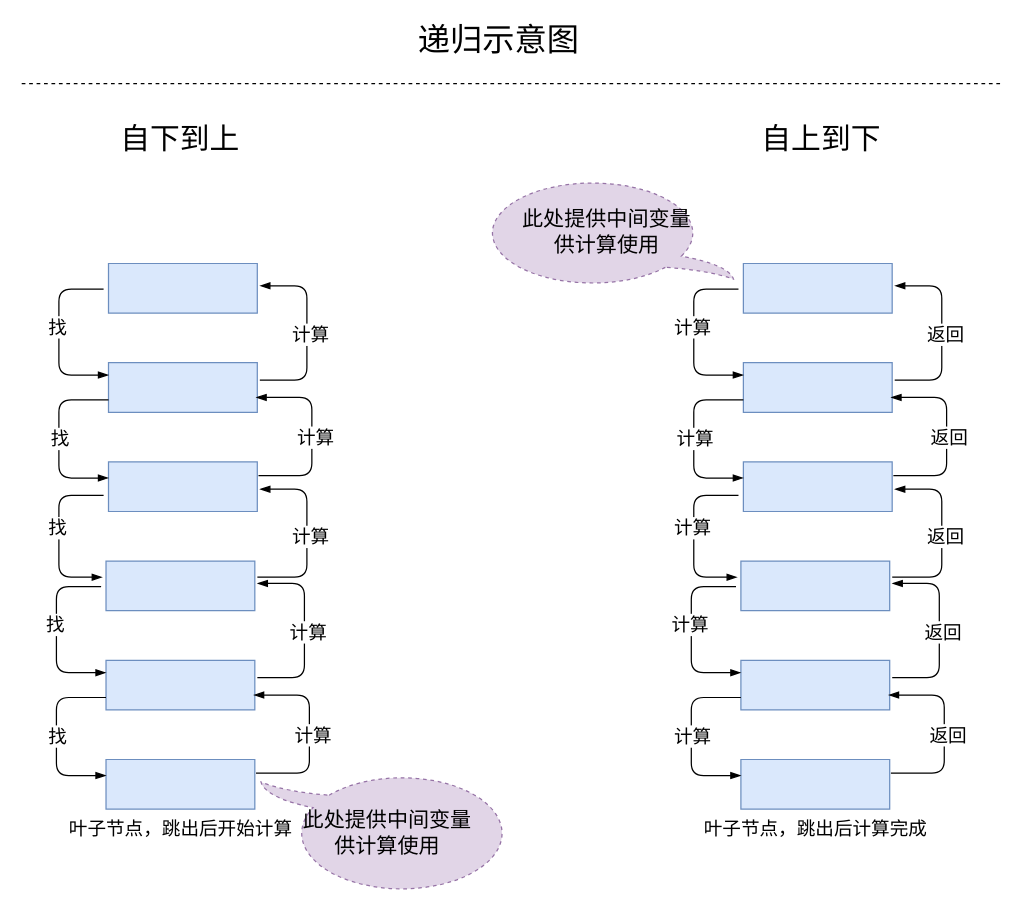
GourdErwa/review-notes-dev keeps this draw.io diagram as page "递归示意图" (1 of 8) of algorithm/data-structures/_images/数据结构.drawio. Above is the earlier version. Source tidied: cells renumbered, new cells numbered last; positions are measured from the earlier drawing's top-left corner, leaving out a move shared by most shapes. Both pictures are drawn from the tidied source at 124%, with x=0, y=0 at pixel (21, 27).
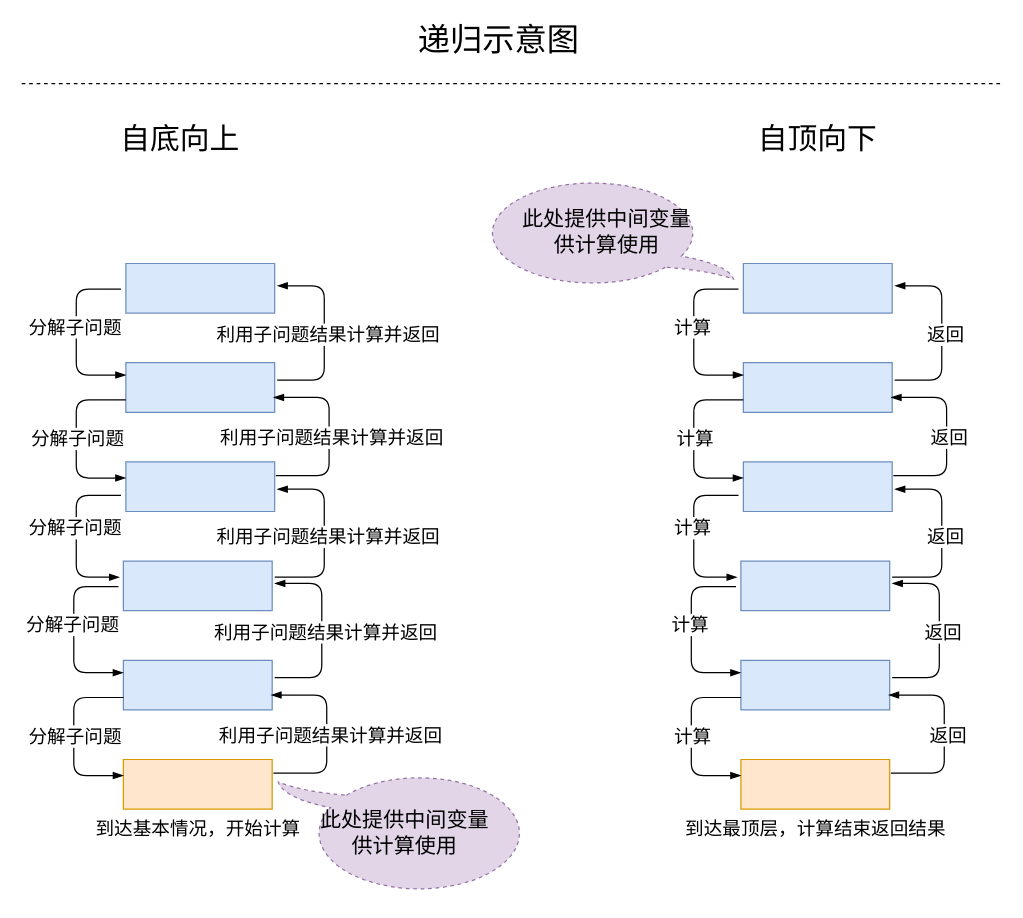
After the change.

The edit, as a diff of the source:
```diff
@@
     <mxCell id="2" style="verticalLabelPosition=bottom;verticalAlign=top;html=1;shape=mxgraph.basic.rect;fillColor2=none;strokeWidth=1;size=20;indent=5;fillColor=#dae8fc;strokeColor=#6c8ebf;labelBackgroundColor=#ffffff;labelBorderColor=none;fontSize=15;" parent="1" vertex="1">
-      <mxGeometry x="70" y="190" width="120" height="40" as="geometry" />
+      <mxGeometry x="84" y="190" width="120" height="40" as="geometry" />
     </mxCell>
     <mxCell id="3" style="verticalLabelPosition=bottom;verticalAlign=top;html=1;shape=mxgraph.basic.rect;fillColor2=none;strokeWidth=1;size=20;indent=5;fillColor=#dae8fc;strokeColor=#6c8ebf;labelBackgroundColor=#ffffff;labelBorderColor=none;fontSize=15;" parent="1" vertex="1">
-      <mxGeometry x="70" y="270" width="120" height="40" as="geometry" />
+      <mxGeometry x="84" y="270" width="120" height="40" as="geometry" />
     </mxCell>
     <mxCell id="4" style="verticalLabelPosition=bottom;verticalAlign=top;html=1;shape=mxgraph.basic.rect;fillColor2=none;strokeWidth=1;size=20;indent=5;fillColor=#dae8fc;strokeColor=#6c8ebf;labelBackgroundColor=#ffffff;labelBorderColor=none;fontSize=15;" parent="1" vertex="1">
-      <mxGeometry x="70" y="350" width="120" height="40" as="geometry" />
+      <mxGeometry x="84" y="350" width="120" height="40" as="geometry" />
     </mxCell>
     <mxCell id="5" style="endArrow=blockThin;html=1;entryX=0;entryY=0.25;entryDx=0;entryDy=0;entryPerimeter=0;exitX=-0.033;exitY=0.517;exitDx=0;exitDy=0;exitPerimeter=0;endFill=1;edgeStyle=elbowEdgeStyle;strokeColor=#000000;elbow=vertical;labelBackgroundColor=#ffffff;labelBorderColor=none;fontSize=15;" parent="1" edge="1" source="2" target="3">
       <mxGeometry relative="1" as="geometry">
         <Array as="points">
-          <mxPoint x="30" y="260" />
-          <mxPoint x="30" y="250" />
-          <mxPoint x="40" y="330" />
-          <mxPoint x="30" y="380" />
+          <mxPoint x="44" y="260" />
+          <mxPoint x="44" y="250" />
+          <mxPoint x="54" y="330" />
+          <mxPoint x="44" y="380" />
         </Array>
       </mxGeometry>
     </mxCell>
-    <mxCell id="6" value="找" style="text;html=1;align=center;verticalAlign=middle;labelBackgroundColor=#ffffff;labelBorderColor=none;fontSize=15;" parent="5" vertex="1">
+    <mxCell id="6" value="分解子问题" style="text;html=1;align=center;verticalAlign=middle;labelBackgroundColor=#ffffff;labelBorderColor=none;fontSize=15;" parent="5" vertex="1">
       <mxGeometry x="0.12" y="-2" relative="1" as="geometry">
         <mxPoint y="-15.6" as="offset" />
       </mxGeometry>
     </mxCell>
     <mxCell id="7" style="endArrow=blockThin;html=1;endFill=1;edgeStyle=elbowEdgeStyle;strokeColor=#000000;entryX=0;entryY=0.325;entryDx=0;entryDy=0;entryPerimeter=0;labelBackgroundColor=#ffffff;labelBorderColor=none;fontSize=15;" parent="1" edge="1" target="4">
       <mxGeometry relative="1" as="geometry">
-        <mxPoint x="70" y="300" as="sourcePoint" />
+        <mxPoint x="84" y="300" as="sourcePoint" />
         <Array as="points">
-          <mxPoint x="30" y="340" />
+          <mxPoint x="44" y="340" />
         </Array>
       </mxGeometry>
     </mxCell>
-    <mxCell id="8" value="找" style="text;html=1;align=center;verticalAlign=middle;labelBackgroundColor=#ffffff;labelBorderColor=none;fontSize=15;" parent="7" vertex="1">
+    <mxCell id="8" value="分解子问题" style="text;html=1;align=center;verticalAlign=middle;labelBackgroundColor=#ffffff;labelBorderColor=none;fontSize=15;" parent="7" vertex="1">
       <mxGeometry x="-0.45" y="13" relative="1" as="geometry">
         <mxPoint x="-1" y="17" as="offset" />
       </mxGeometry>
     </mxCell>
     <mxCell id="9" style="endArrow=blockThin;html=1;entryX=0.992;entryY=0.7;entryDx=0;entryDy=0;entryPerimeter=0;exitX=1.008;exitY=0.275;exitDx=0;exitDy=0;exitPerimeter=0;endFill=1;edgeStyle=elbowEdgeStyle;strokeColor=#000000;elbow=vertical;labelBackgroundColor=#ffffff;labelBorderColor=none;fontSize=15;" parent="1" edge="1" source="4" target="3">
       <mxGeometry relative="1" as="geometry">
         <Array as="points">
-          <mxPoint x="234" y="339.3" />
-          <mxPoint x="234" y="329.3" />
-          <mxPoint x="244" y="409.3" />
-          <mxPoint x="234" y="459.3" />
+          <mxPoint x="247.9" y="339.3" />
+          <mxPoint x="247.9" y="329.3" />
+          <mxPoint x="257.9" y="409.3" />
+          <mxPoint x="247.9" y="459.3" />
         </Array>
       </mxGeometry>
     </mxCell>
-    <mxCell id="10" value="计算" style="text;html=1;align=center;verticalAlign=middle;labelBackgroundColor=#ffffff;labelBorderColor=none;fontSize=15;" parent="9" vertex="1">
+    <mxCell id="10" value="利用子问题结果计算并返回" style="text;html=1;align=center;verticalAlign=middle;labelBackgroundColor=#ffffff;labelBorderColor=none;fontSize=15;" parent="9" vertex="1">
       <mxGeometry x="0.12" y="-2" relative="1" as="geometry">
         <mxPoint y="10" as="offset" />
       </mxGeometry>
     </mxCell>
     <mxCell id="11" style="endArrow=blockThin;html=1;entryX=1.017;entryY=0.45;entryDx=0;entryDy=0;entryPerimeter=0;exitX=1.017;exitY=0.35;exitDx=0;exitDy=0;exitPerimeter=0;endFill=1;edgeStyle=elbowEdgeStyle;strokeColor=#000000;elbow=vertical;labelBackgroundColor=#ffffff;labelBorderColor=none;fontSize=15;" parent="1" edge="1" source="3" target="2">
       <mxGeometry relative="1" as="geometry">
         <Array as="points">
-          <mxPoint x="230" y="250" />
-          <mxPoint x="333" y="228.3" />
-          <mxPoint x="343" y="308.3" />
-          <mxPoint x="333" y="358.3" />
+          <mxPoint x="244" y="250" />
+          <mxPoint x="347" y="228.3" />
+          <mxPoint x="357" y="308.3" />
+          <mxPoint x="347" y="358.3" />
         </Array>
       </mxGeometry>
     </mxCell>
-    <mxCell id="12" value="计算" style="text;html=1;align=center;verticalAlign=middle;labelBackgroundColor=#ffffff;labelBorderColor=none;fontSize=15;" parent="11" vertex="1">
+    <mxCell id="12" value="利用子问题结果计算并返回" style="text;html=1;align=center;verticalAlign=middle;labelBackgroundColor=#ffffff;labelBorderColor=none;fontSize=15;" parent="11" vertex="1">
       <mxGeometry x="0.12" y="-2" relative="1" as="geometry">
         <mxPoint y="10" as="offset" />
       </mxGeometry>
     </mxCell>
     <mxCell id="13" style="verticalLabelPosition=bottom;verticalAlign=top;html=1;shape=mxgraph.basic.rect;fillColor2=none;strokeWidth=1;size=20;indent=5;fillColor=#dae8fc;strokeColor=#6c8ebf;labelBackgroundColor=#ffffff;labelBorderColor=none;fontSize=15;" parent="1" vertex="1">
-      <mxGeometry x="68" y="430" width="120" height="40" as="geometry" />
+      <mxGeometry x="82" y="430" width="120" height="40" as="geometry" />
     </mxCell>
     <mxCell id="14" style="verticalLabelPosition=bottom;verticalAlign=top;html=1;shape=mxgraph.basic.rect;fillColor2=none;strokeWidth=1;size=20;indent=5;fillColor=#dae8fc;strokeColor=#6c8ebf;labelBackgroundColor=#ffffff;labelBorderColor=none;fontSize=15;" parent="1" vertex="1">
-      <mxGeometry x="68" y="510" width="120" height="40" as="geometry" />
+      <mxGeometry x="82" y="510" width="120" height="40" as="geometry" />
     </mxCell>
-    <mxCell id="15" value="叶子节点，跳出后开始计算" style="verticalLabelPosition=bottom;verticalAlign=top;html=1;shape=mxgraph.basic.rect;fillColor2=none;strokeWidth=1;size=20;indent=5;fillColor=#dae8fc;strokeColor=#6c8ebf;labelBackgroundColor=#ffffff;labelBorderColor=none;fontSize=15;" parent="1" vertex="1">
-      <mxGeometry x="68" y="590" width="120" height="40" as="geometry" />
+    <mxCell id="15" value="到达基本情况，开始计算" style="verticalLabelPosition=bottom;verticalAlign=top;html=1;shape=mxgraph.basic.rect;fillColor2=none;strokeWidth=1;size=20;indent=5;fillColor=#ffe6cc;strokeColor=#d79b00;labelBackgroundColor=#ffffff;labelBorderColor=none;fontSize=15;" parent="1" vertex="1">
+      <mxGeometry x="82" y="590" width="120" height="40" as="geometry" />
     </mxCell>
     <mxCell id="16" style="endArrow=blockThin;html=1;entryX=0;entryY=0.25;entryDx=0;entryDy=0;entryPerimeter=0;exitX=-0.033;exitY=0.517;exitDx=0;exitDy=0;exitPerimeter=0;endFill=1;edgeStyle=elbowEdgeStyle;strokeColor=#000000;elbow=vertical;labelBackgroundColor=#ffffff;labelBorderColor=none;fontSize=15;" parent="1" edge="1" source="13" target="14">
       <mxGeometry relative="1" as="geometry">
         <Array as="points">
-          <mxPoint x="28" y="500" />
-          <mxPoint x="28" y="490" />
-          <mxPoint x="38" y="570" />
-          <mxPoint x="28" y="620" />
+          <mxPoint x="42" y="500" />
+          <mxPoint x="42" y="490" />
+          <mxPoint x="52" y="570" />
+          <mxPoint x="42" y="620" />
         </Array>
       </mxGeometry>
     </mxCell>
-    <mxCell id="17" value="找" style="text;html=1;align=center;verticalAlign=middle;labelBackgroundColor=#ffffff;labelBorderColor=none;fontSize=15;" parent="16" vertex="1">
+    <mxCell id="17" value="分解子问题" style="text;html=1;align=center;verticalAlign=middle;labelBackgroundColor=#ffffff;labelBorderColor=none;fontSize=15;" parent="16" vertex="1">
       <mxGeometry x="0.12" y="-2" relative="1" as="geometry">
         <mxPoint y="-15.6" as="offset" />
       </mxGeometry>
     </mxCell>
     <mxCell id="18" style="endArrow=blockThin;html=1;endFill=1;edgeStyle=elbowEdgeStyle;strokeColor=#000000;entryX=0;entryY=0.325;entryDx=0;entryDy=0;entryPerimeter=0;labelBackgroundColor=#ffffff;labelBorderColor=none;fontSize=15;" parent="1" edge="1" target="15">
       <mxGeometry relative="1" as="geometry">
-        <mxPoint x="68" y="540" as="sourcePoint" />
+        <mxPoint x="82" y="540" as="sourcePoint" />
         <Array as="points">
-          <mxPoint x="28" y="580" />
+          <mxPoint x="42" y="580" />
         </Array>
       </mxGeometry>
     </mxCell>
-    <mxCell id="19" value="找" style="text;html=1;align=center;verticalAlign=middle;labelBackgroundColor=#ffffff;labelBorderColor=none;fontSize=15;" parent="18" vertex="1">
+    <mxCell id="19" value="分解子问题" style="text;html=1;align=center;verticalAlign=middle;labelBackgroundColor=#ffffff;labelBorderColor=none;fontSize=15;" parent="18" vertex="1">
       <mxGeometry x="-0.45" y="13" relative="1" as="geometry">
         <mxPoint x="-1" y="17" as="offset" />
       </mxGeometry>
     </mxCell>
     <mxCell id="20" style="endArrow=blockThin;html=1;entryX=0.992;entryY=0.7;entryDx=0;entryDy=0;entryPerimeter=0;exitX=1.008;exitY=0.275;exitDx=0;exitDy=0;exitPerimeter=0;endFill=1;edgeStyle=elbowEdgeStyle;strokeColor=#000000;elbow=vertical;labelBackgroundColor=#ffffff;labelBorderColor=none;fontSize=15;" parent="1" edge="1" source="15" target="14">
       <mxGeometry relative="1" as="geometry">
         <Array as="points">
-          <mxPoint x="232" y="579.3" />
-          <mxPoint x="232" y="569.3" />
-          <mxPoint x="242" y="649.3" />
-          <mxPoint x="232" y="699.3" />
+          <mxPoint x="246" y="579.3" />
+          <mxPoint x="246" y="569.3" />
+          <mxPoint x="256" y="649.3" />
+          <mxPoint x="246" y="699.3" />
         </Array>
       </mxGeometry>
     </mxCell>
-    <mxCell id="21" value="计算" style="text;html=1;align=center;verticalAlign=middle;labelBackgroundColor=#ffffff;labelBorderColor=none;fontSize=15;" parent="20" vertex="1">
+    <mxCell id="21" value="利用子问题结果计算并返回" style="text;html=1;align=center;verticalAlign=middle;labelBackgroundColor=#ffffff;labelBorderColor=none;fontSize=15;" parent="20" vertex="1">
       <mxGeometry x="0.12" y="-2" relative="1" as="geometry">
         <mxPoint y="10" as="offset" />
       </mxGeometry>
     </mxCell>
     <mxCell id="22" style="endArrow=blockThin;html=1;entryX=1.017;entryY=0.45;entryDx=0;entryDy=0;entryPerimeter=0;exitX=1.017;exitY=0.35;exitDx=0;exitDy=0;exitPerimeter=0;endFill=1;edgeStyle=elbowEdgeStyle;strokeColor=#000000;elbow=vertical;labelBackgroundColor=#ffffff;labelBorderColor=none;fontSize=15;" parent="1" edge="1" source="14" target="13">
       <mxGeometry relative="1" as="geometry">
         <Array as="points">
-          <mxPoint x="228" y="490" />
-          <mxPoint x="331" y="468.3" />
-          <mxPoint x="341" y="548.3" />
-          <mxPoint x="331" y="598.3" />
+          <mxPoint x="242" y="490" />
+          <mxPoint x="345" y="468.3" />
+          <mxPoint x="355" y="548.3" />
+          <mxPoint x="345" y="598.3" />
         </Array>
       </mxGeometry>
     </mxCell>
-    <mxCell id="23" value="计算" style="text;html=1;align=center;verticalAlign=middle;labelBackgroundColor=#ffffff;labelBorderColor=none;fontSize=15;" parent="22" vertex="1">
+    <mxCell id="23" value="利用子问题结果计算并返回" style="text;html=1;align=center;verticalAlign=middle;labelBackgroundColor=#ffffff;labelBorderColor=none;fontSize=15;" parent="22" vertex="1">
       <mxGeometry x="0.12" y="-2" relative="1" as="geometry">
         <mxPoint y="10" as="offset" />
       </mxGeometry>
     </mxCell>
     <mxCell id="24" style="endArrow=blockThin;html=1;entryX=1.017;entryY=0.55;entryDx=0;entryDy=0;entryPerimeter=0;exitX=1.017;exitY=0.325;exitDx=0;exitDy=0;exitPerimeter=0;endFill=1;edgeStyle=elbowEdgeStyle;strokeColor=#000000;elbow=vertical;labelBackgroundColor=#ffffff;labelBorderColor=none;fontSize=15;" parent="1" edge="1" source="13" target="4">
       <mxGeometry relative="1" as="geometry">
         <Array as="points">
-          <mxPoint x="230" y="400" />
-          <mxPoint x="451" y="404.3" />
-          <mxPoint x="461" y="484.3" />
-          <mxPoint x="451" y="534.3" />
+          <mxPoint x="244" y="400" />
+          <mxPoint x="464.9" y="404.3" />
+          <mxPoint x="474.9" y="484.3" />
+          <mxPoint x="464.9" y="534.3" />
         </Array>
       </mxGeometry>
     </mxCell>
-    <mxCell id="25" value="计算" style="text;html=1;align=center;verticalAlign=middle;labelBackgroundColor=#ffffff;labelBorderColor=none;fontSize=15;" parent="24" vertex="1">
+    <mxCell id="25" value="利用子问题结果计算并返回" style="text;html=1;align=center;verticalAlign=middle;labelBackgroundColor=#ffffff;labelBorderColor=none;fontSize=15;" parent="24" vertex="1">
       <mxGeometry x="0.12" y="-2" relative="1" as="geometry">
         <mxPoint y="10" as="offset" />
       </mxGeometry>
     </mxCell>
     <mxCell id="26" style="endArrow=blockThin;html=1;exitX=-0.033;exitY=0.675;exitDx=0;exitDy=0;exitPerimeter=0;endFill=1;edgeStyle=elbowEdgeStyle;strokeColor=#000000;elbow=vertical;entryX=-0.025;entryY=0.325;entryDx=0;entryDy=0;entryPerimeter=0;labelBackgroundColor=#ffffff;labelBorderColor=none;fontSize=15;" parent="1" edge="1" source="4" target="13">
       <mxGeometry relative="1" as="geometry">
         <Array as="points">
-          <mxPoint x="30" y="410" />
-          <mxPoint x="264" y="459.3" />
-          <mxPoint x="274" y="539.3" />
-          <mxPoint x="264" y="589.3" />
+          <mxPoint x="44" y="410" />
+          <mxPoint x="277.9" y="459.3" />
+          <mxPoint x="287.9" y="539.3" />
+          <mxPoint x="277.9" y="589.3" />
         </Array>
       </mxGeometry>
     </mxCell>
-    <mxCell id="27" value="找" style="text;html=1;align=center;verticalAlign=middle;labelBackgroundColor=#ffffff;labelBorderColor=none;fontSize=15;" parent="26" vertex="1">
+    <mxCell id="27" value="分解子问题" style="text;html=1;align=center;verticalAlign=middle;labelBackgroundColor=#ffffff;labelBorderColor=none;fontSize=15;" parent="26" vertex="1">
       <mxGeometry x="0.12" y="-2" relative="1" as="geometry">
         <mxPoint y="-15.6" as="offset" />
       </mxGeometry>
     </mxCell>
@@
-    <mxCell id="41" value="叶子节点，跳出后计算完成" style="verticalLabelPosition=bottom;verticalAlign=top;html=1;shape=mxgraph.basic.rect;fillColor2=none;strokeWidth=1;size=20;indent=5;fillColor=#dae8fc;strokeColor=#6c8ebf;labelBackgroundColor=#ffffff;labelBorderColor=none;fontSize=15;" parent="1" vertex="1">
+    <mxCell id="41" value="到达最顶层，计算结束返回结果" style="verticalLabelPosition=bottom;verticalAlign=top;html=1;shape=mxgraph.basic.rect;fillColor2=none;strokeWidth=1;size=20;indent=5;fillColor=#ffe6cc;strokeColor=#d79b00;labelBackgroundColor=#ffffff;labelBorderColor=none;fontSize=15;" parent="1" vertex="1">
       <mxGeometry x="580" y="590" width="120" height="40" as="geometry" />
     </mxCell>
@@
-    <mxCell id="54" value="自下到上" style="text;html=1;strokeColor=none;fillColor=none;align=center;verticalAlign=middle;whiteSpace=wrap;rounded=0;labelBackgroundColor=#ffffff;fontSize=24;" parent="1" vertex="1">
+    <mxCell id="54" value="自底向上" style="text;html=1;strokeColor=none;fillColor=none;align=center;verticalAlign=middle;whiteSpace=wrap;rounded=0;labelBackgroundColor=#ffffff;fontSize=24;" parent="1" vertex="1">
       <mxGeometry x="63" y="80" width="130" height="20" as="geometry" />
     </mxCell>
-    <mxCell id="55" value="自上到下" style="text;html=1;strokeColor=none;fillColor=none;align=center;verticalAlign=middle;whiteSpace=wrap;rounded=0;labelBackgroundColor=#ffffff;fontSize=24;" parent="1" vertex="1">
-      <mxGeometry x="580" y="80" width="130" height="20" as="geometry" />
+    <mxCell id="55" value="自顶向下" style="text;html=1;strokeColor=none;fillColor=none;align=center;verticalAlign=middle;whiteSpace=wrap;rounded=0;labelBackgroundColor=#ffffff;fontSize=24;" parent="1" vertex="1">
+      <mxGeometry x="552" y="80" width="180" height="20" as="geometry" />
     </mxCell>
     <mxCell id="56" value="此处提供中间变量&lt;br&gt;供计算使用" style="whiteSpace=wrap;html=1;shape=mxgraph.basic.oval_callout;dashed=1;labelBackgroundColor=none;strokeWidth=1;fontSize=17;direction=south;fillColor=#e1d5e7;strokeColor=#9673a6;" parent="1" vertex="1">
-      <mxGeometry x="193" y="600" width="204" height="100" as="geometry" />
+      <mxGeometry x="207" y="600" width="204" height="100" as="geometry" />
     </mxCell>
```
